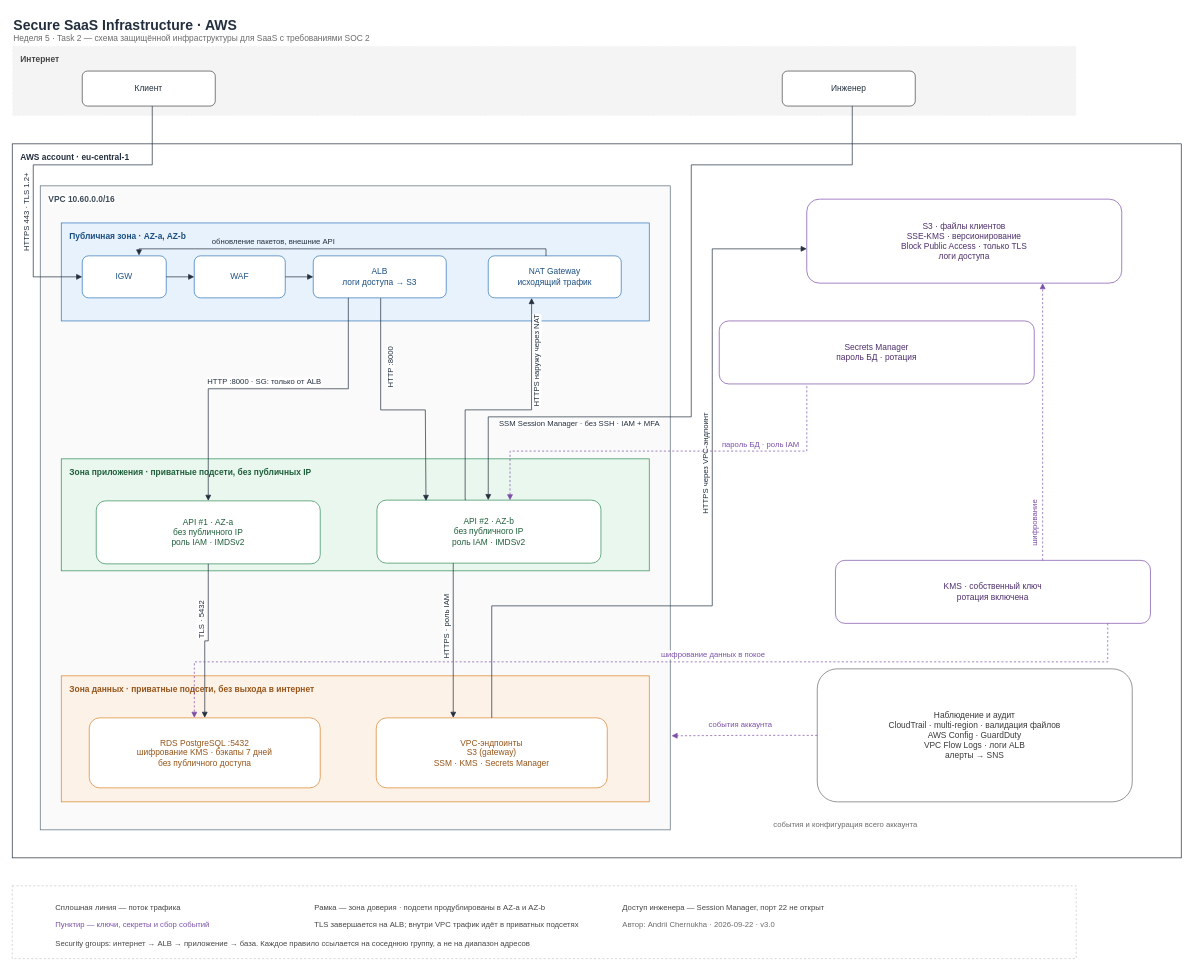
actimel33/secure-saas-infra keeps this draw.io diagram as docs/diagram/secure-saas-wide.drawio. Above is the earlier version. Source tidied: cells renumbered, new cells numbered last; positions are measured from the earlier drawing's top-left corner, leaving out a move shared by most shapes. Both pictures are drawn from the tidied source at 70%, with x=0, y=0 at pixel (12, 12).
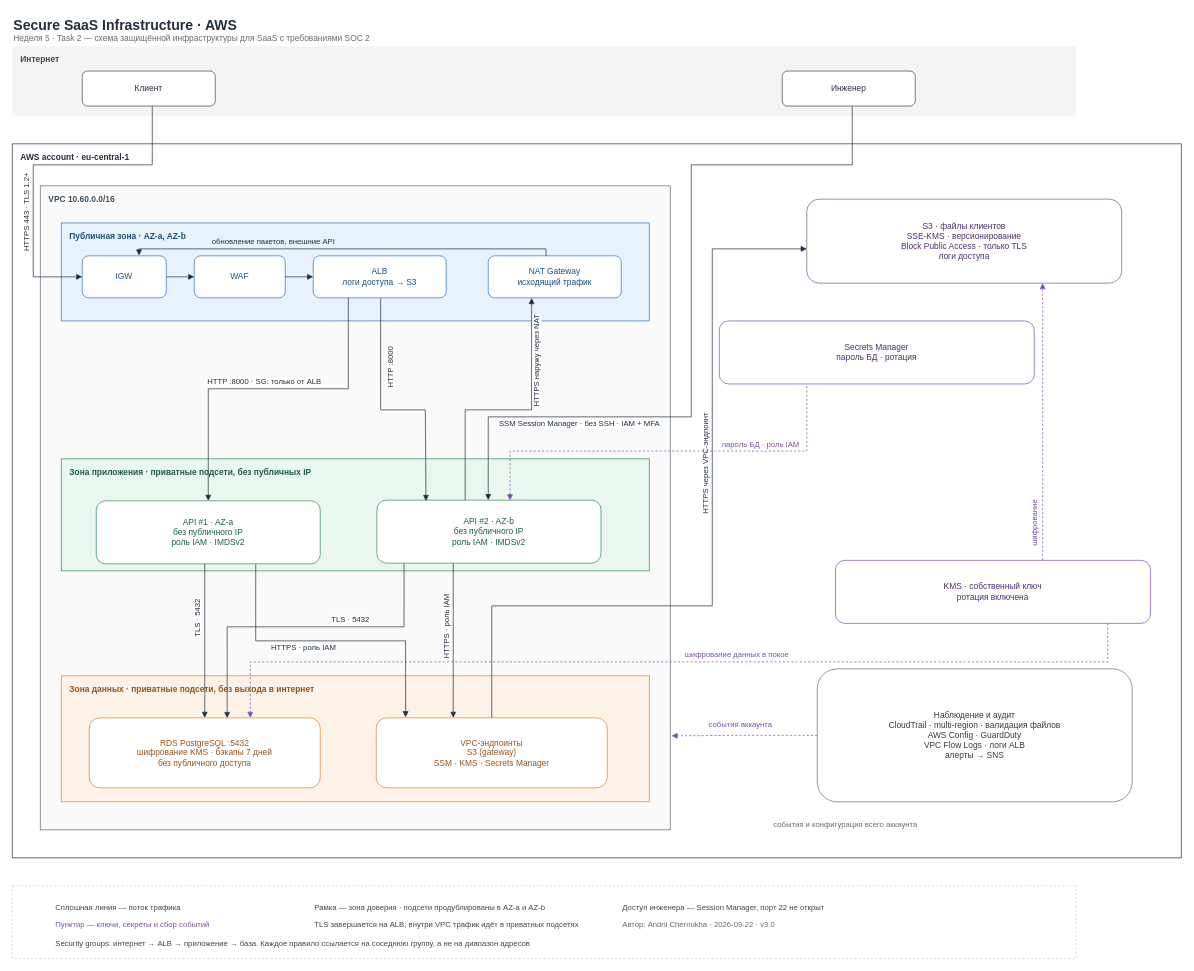
Above is the later version.

Unchanged cells that the change refers to:
```xml
<mxCell id="15" value="API #1 · AZ-a&#10;без публичного IP&#10;роль IAM · IMDSv2" style="rounded=1;whiteSpace=wrap;html=1;fillColor=#FFFFFF;strokeColor=#2E8B57;fontColor=#1E5E3A;fontSize=12;" parent="1" vertex="1">
  <mxGeometry x="120" y="698" width="320" height="90" as="geometry" />
</mxCell>
<mxCell id="16" value="API #2 · AZ-b&#10;без публичного IP&#10;роль IAM · IMDSv2" style="rounded=1;whiteSpace=wrap;html=1;fillColor=#FFFFFF;strokeColor=#2E8B57;fontColor=#1E5E3A;fontSize=12;" parent="1" vertex="1">
  <mxGeometry x="521" y="697" width="320" height="90" as="geometry" />
</mxCell>
<mxCell id="17" value="RDS PostgreSQL :5432&#10;шифрование KMS · бэкапы 7 дней&#10;без публичного доступа" style="rounded=1;whiteSpace=wrap;html=1;fillColor=#FFFFFF;strokeColor=#D9822B;fontColor=#96551A;fontSize=12;" parent="1" vertex="1">
  <mxGeometry x="110" y="1008" width="330" height="100" as="geometry" />
</mxCell>
<mxCell id="18" value="VPC-эндпоинты&#10;S3 (gateway)&#10;SSM · KMS · Secrets Manager" style="rounded=1;whiteSpace=wrap;html=1;fillColor=#FFFFFF;strokeColor=#D9822B;fontColor=#96551A;fontSize=12;" parent="1" vertex="1">
  <mxGeometry x="520" y="1008" width="330" height="100" as="geometry" />
</mxCell>
<mxCell id="21" value="KMS · собственный ключ&#10;ротация включена" style="rounded=1;whiteSpace=wrap;html=1;fillColor=#FFFFFF;strokeColor=#7B4FA8;fontColor=#4E2F6C;fontSize=12;" parent="1" vertex="1">
  <mxGeometry x="1176" y="783" width="450" height="90" as="geometry" />
</mxCell>
```

The edit, as a diff of the source:
```diff
@@
     <mxCell id="29" value="TLS · 5432" style="edgeStyle=orthogonalEdgeStyle;rounded=0;html=1;endArrow=block;endFill=1;strokeColor=#232F3E;dashed=0;fontSize=11;fontColor=#232F3E;labelBackgroundColor=#FFFFFF;horizontal=0;" parent="1" edge="1" source="15" target="17">
-      <mxGeometry x="-0.29" y="-10" relative="1" as="geometry" />
+      <mxGeometry x="-0.29" y="-10" relative="1" as="geometry">
+        <Array as="points">
+          <mxPoint x="275" y="838" />
+          <mxPoint x="275" y="838" />
+        </Array>
+      </mxGeometry>
     </mxCell>
@@
     <mxCell id="34" value="шифрование данных в покое" style="edgeStyle=orthogonalEdgeStyle;rounded=0;html=1;endArrow=block;endFill=1;strokeColor=#7B4FA8;dashed=1;fontSize=11;fontColor=#7B4FA8;labelBackgroundColor=#FFFFFF;horizontal=1;" parent="1" edge="1" source="21" target="17">
       <mxGeometry x="-0.14" y="-10" relative="1" as="geometry">
         <Array as="points">
           <mxPoint x="1565" y="928" />
-          <mxPoint x="260.1" y="927.9" />
+          <mxPoint x="340" y="928" />
         </Array>
       </mxGeometry>
     </mxCell>
@@
+    <mxCell id="48" value="TLS · 5432" style="edgeStyle=orthogonalEdgeStyle;rounded=0;html=1;endArrow=block;endFill=1;strokeColor=#232F3E;dashed=0;fontSize=11;fontColor=#232F3E;labelBackgroundColor=#FFFFFF;horizontal=1;entryX=0.597;entryY=0.003;entryDx=0;entryDy=0;entryPerimeter=0;exitX=0.121;exitY=1;exitDx=0;exitDy=0;exitPerimeter=0;" parent="1" edge="1" source="16" target="17">
+      <mxGeometry x="-0.29" y="-10" relative="1" as="geometry">
+        <Array as="points">
+          <mxPoint x="559.7" y="878" />
+          <mxPoint x="307" y="878" />
+        </Array>
+      </mxGeometry>
+    </mxCell>
+    <mxCell id="49" value="HTTPS · роль IAM" style="edgeStyle=orthogonalEdgeStyle;rounded=0;html=1;endArrow=block;endFill=1;strokeColor=#232F3E;dashed=0;fontSize=11;fontColor=#232F3E;labelBackgroundColor=#FFFFFF;horizontal=1;exitX=0.712;exitY=1.01;exitDx=0;exitDy=0;exitPerimeter=0;entryX=0.127;entryY=-0.008;entryDx=0;entryDy=0;entryPerimeter=0;" parent="1" edge="1" source="15" target="18">
+      <mxGeometry x="-0.18" y="-10" relative="1" as="geometry" />
+    </mxCell>
```
